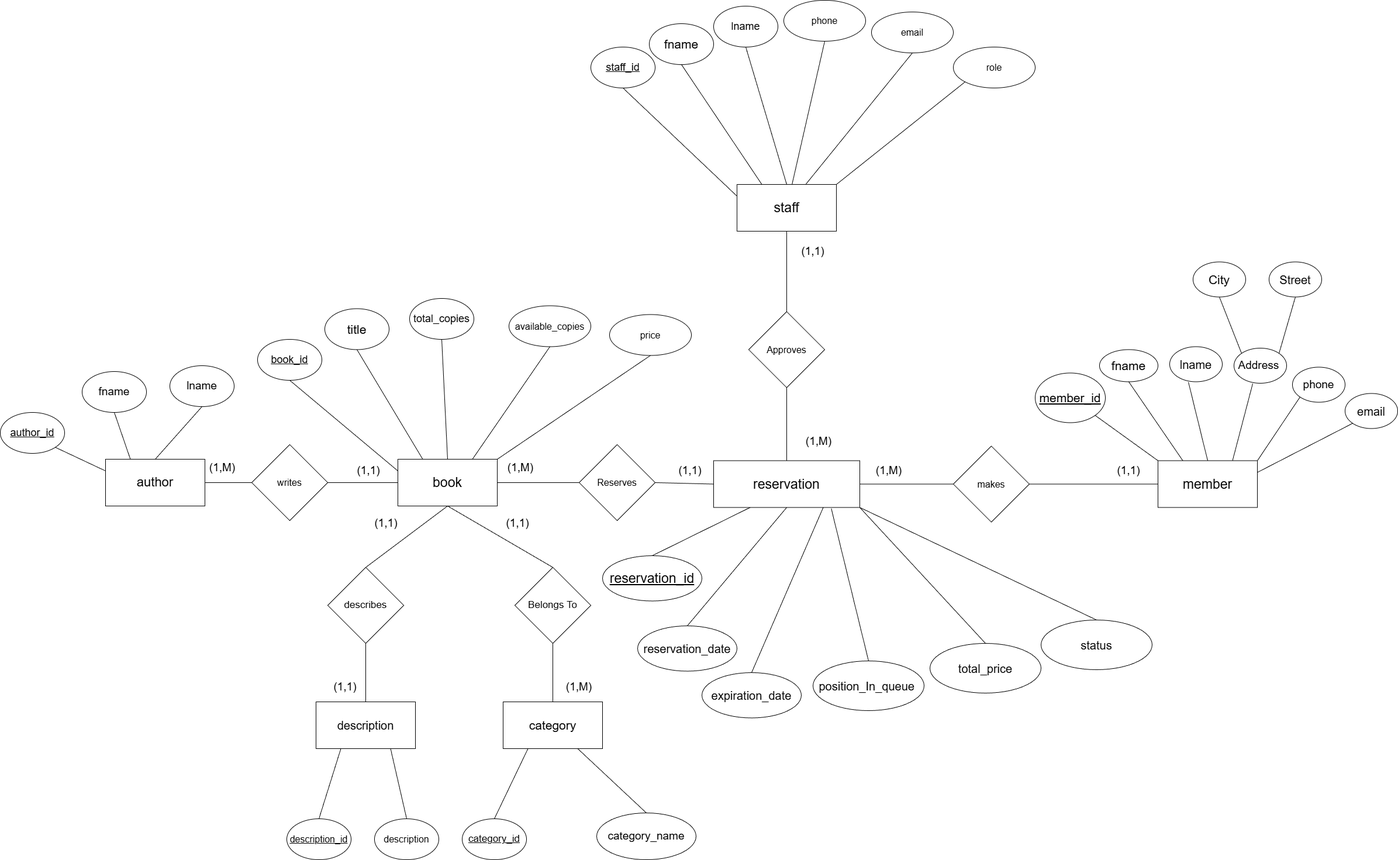
Before: ERD.png, a diagram exported from draw.io (kindahard/Book_haven). Source tidied: cells renumbered, new cells last; positions are measured from the earlier drawing's top-left corner, leaving out a move shared by most shapes.
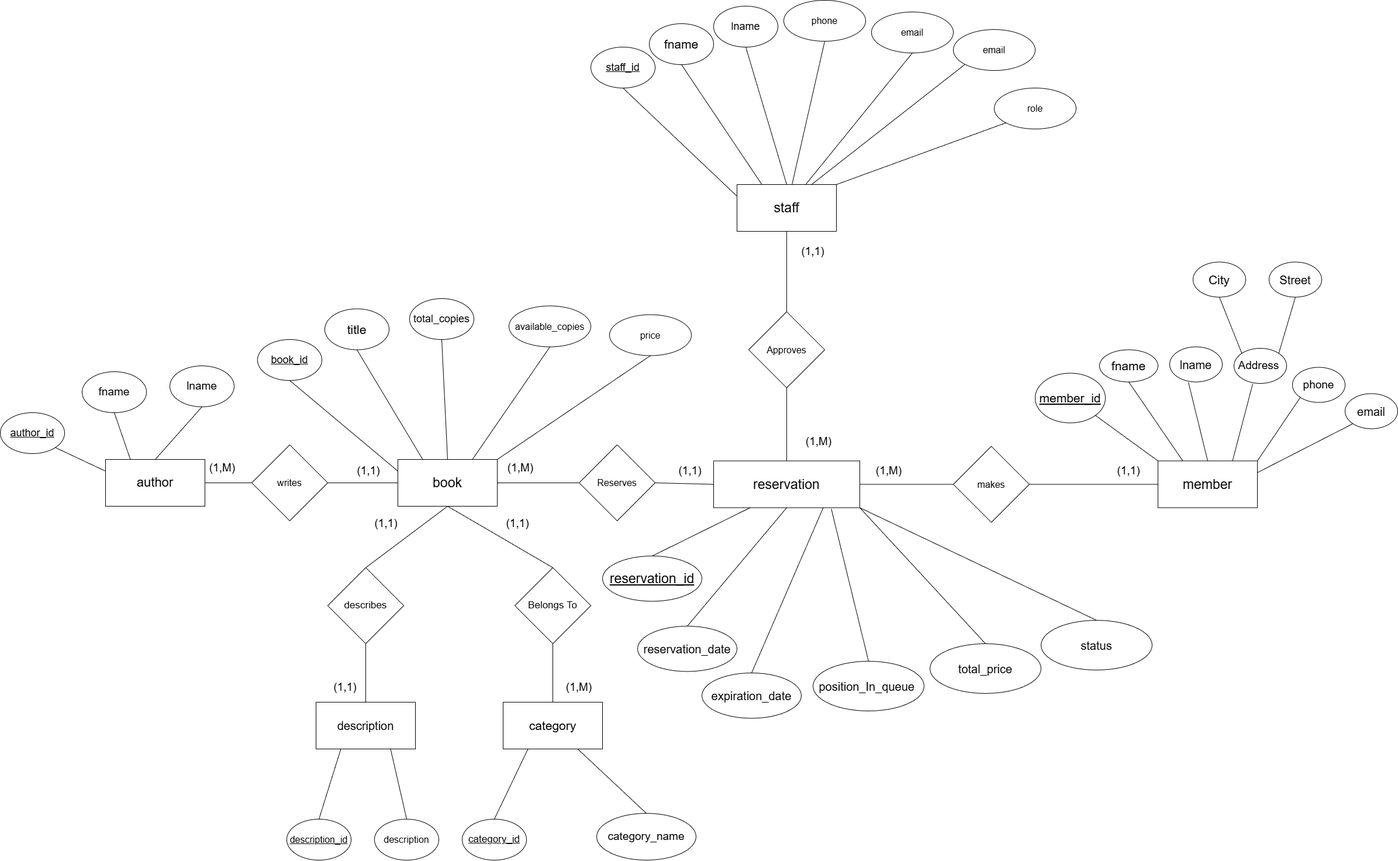
After the commit.

Commit message:
updated the schema: added a password field to the staff table and removed the audit_log table

The edit, as a diff of the source:
```diff
@@ -220,7 +220,7 @@
       <mxGeometry relative="1" as="geometry" />
     </mxCell>
     <mxCell id="73" value="&lt;span style=&quot;font-size: 16px;&quot;&gt;role&lt;/span&gt;" style="ellipse;whiteSpace=wrap;html=1;" parent="1" vertex="1">
-      <mxGeometry x="1630" y="80" width="140" height="70" as="geometry" />
+      <mxGeometry x="1700" y="150" width="140" height="70" as="geometry" />
     </mxCell>
     <mxCell id="74" style="endArrow=none;html=1;rounded=0;entryX=0;entryY=1;entryDx=0;entryDy=0;exitX=1;exitY=0;exitDx=0;exitDy=0;" parent="1" edge="1" source="61" target="73">
       <mxGeometry relative="1" as="geometry" />
@@ -309,5 +309,11 @@
     <mxCell id="102" style="endArrow=none;html=1;rounded=0;entryX=0.5;entryY=1;entryDx=0;entryDy=0;exitX=1;exitY=0;exitDx=0;exitDy=0;" parent="1" edge="1" source="2" target="101">
       <mxGeometry relative="1" as="geometry" />
     </mxCell>
+    <mxCell id="103" value="&lt;font style=&quot;font-size: 16px;&quot;&gt;email&lt;/font&gt;" style="ellipse;whiteSpace=wrap;html=1;" parent="1" vertex="1">
+      <mxGeometry x="1630" y="50" width="140" height="70" as="geometry" />
+    </mxCell>
+    <mxCell id="104" style="endArrow=none;html=1;rounded=0;entryX=0;entryY=1;entryDx=0;entryDy=0;exitX=0.75;exitY=0;exitDx=0;exitDy=0;" parent="1" edge="1" source="61" target="103">
+      <mxGeometry relative="1" as="geometry" />
+    </mxCell>
   </root>
 </mxGraphModel>
```
